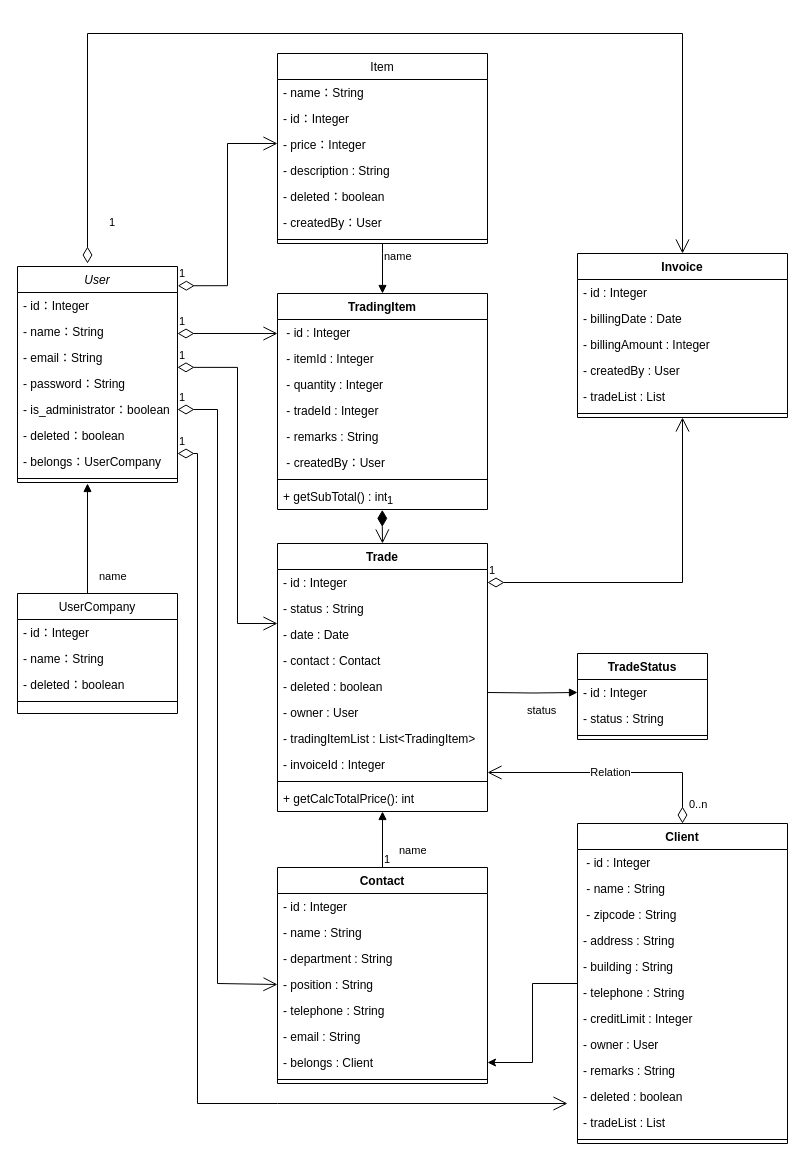
This is documents/ドメインモデル.drawio from MasayukiFurumoto-rks/invoice-generator, a draw.io file, before an edit. Source tidied: cells renumbered, new cells numbered last; positions are measured from the earlier drawing's top-left corner, leaving out a move shared by most shapes. Both pictures are drawn from the tidied source at 100%, with x=0, y=0 at pixel (17, 33).
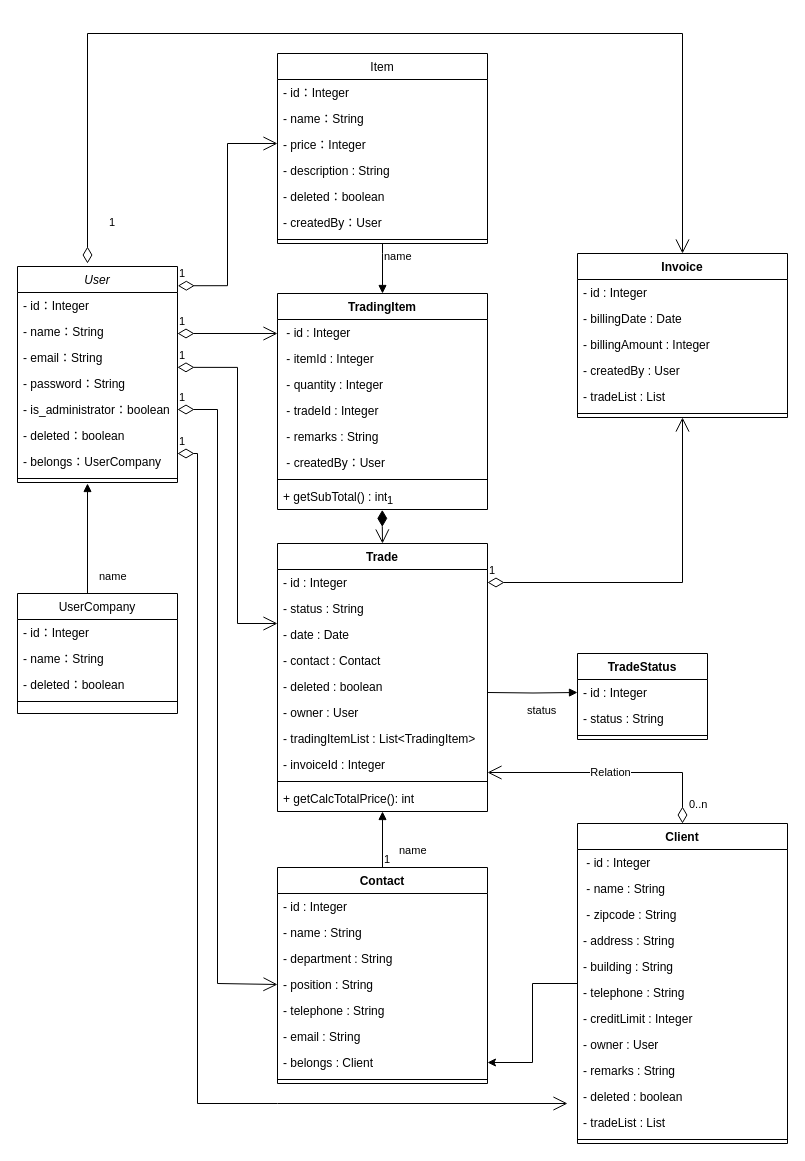
The same page after the edit.

Unchanged cells that the change refers to:
```xml
<mxCell id="16" value="Item" style="swimlane;fontStyle=0;align=center;verticalAlign=top;horizontal=1;startSize=26;rounded=0;shadow=0;strokeWidth=1;" parent="1" vertex="1">
  <mxGeometry x="260" y="20" width="210" height="190" as="geometry" />
</mxCell>
```

Change to the diagram source:
```diff
@@
-    <mxCell id="17" value="- name：String" style="text;align=left;verticalAlign=top;spacingLeft=4;spacingRight=4;overflow=hidden;rounded=0;shadow=0;html=0;" parent="16" vertex="1">
+    <mxCell id="17" value="- id：Integer" style="text;align=left;verticalAlign=top;spacingLeft=4;spacingRight=4;overflow=hidden;rounded=0;shadow=0;html=0;" parent="16" vertex="1">
       <mxGeometry y="26" width="210" height="26" as="geometry" />
     </mxCell>
-    <mxCell id="18" value="- id：Integer" style="text;align=left;verticalAlign=top;spacingLeft=4;spacingRight=4;overflow=hidden;" parent="16" vertex="1">
+    <mxCell id="18" value="- name：String" style="text;align=left;verticalAlign=top;spacingLeft=4;spacingRight=4;overflow=hidden;" parent="16" vertex="1">
       <mxGeometry y="52" width="210" height="26" as="geometry" />
     </mxCell>
```
